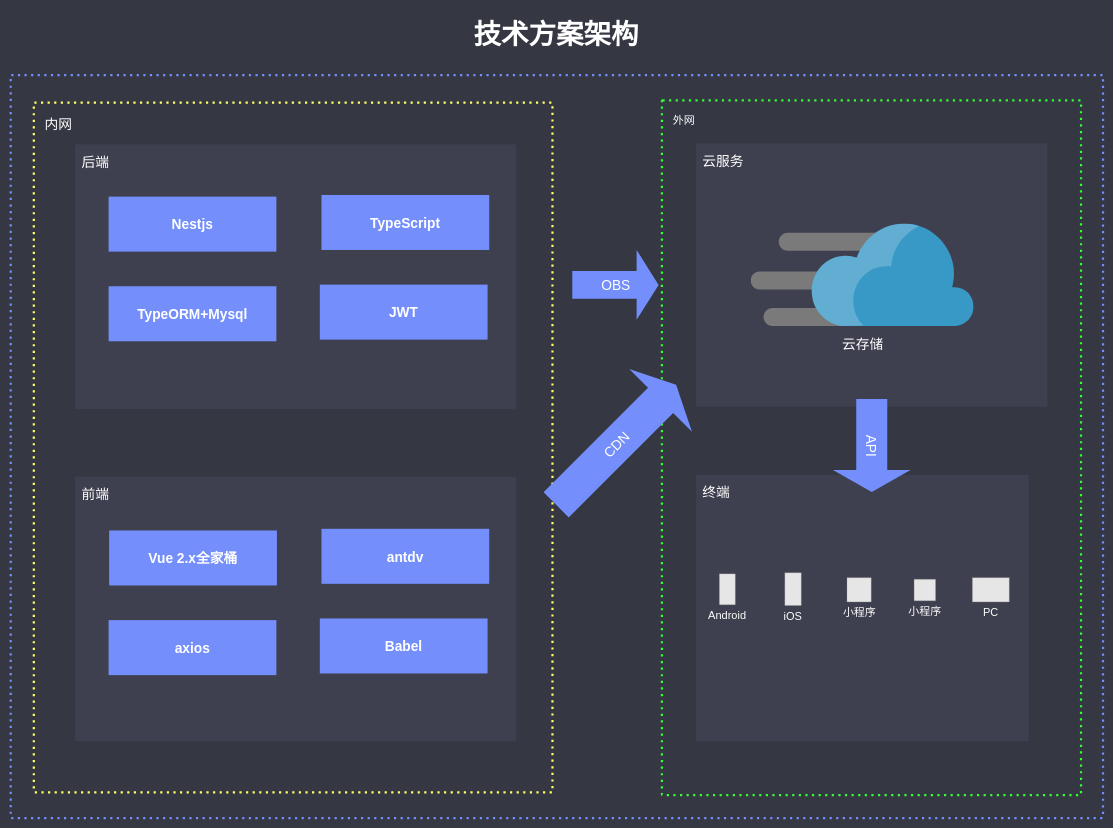
Before: page "技术方案" (6 of 6) of files/业务流转.drawio in hezhongfeng/DRAWIO, a draw.io diagram. Source tidied: cells renumbered, new cells numbered last; positions are measured from the earlier drawing's top-left corner, leaving out a move shared by most shapes. Both pictures are drawn from the tidied source at 55%, with x=0, y=0 at pixel (10, 9). Pictures stored in the file or linked from it are replaced by grey dashed boxes.
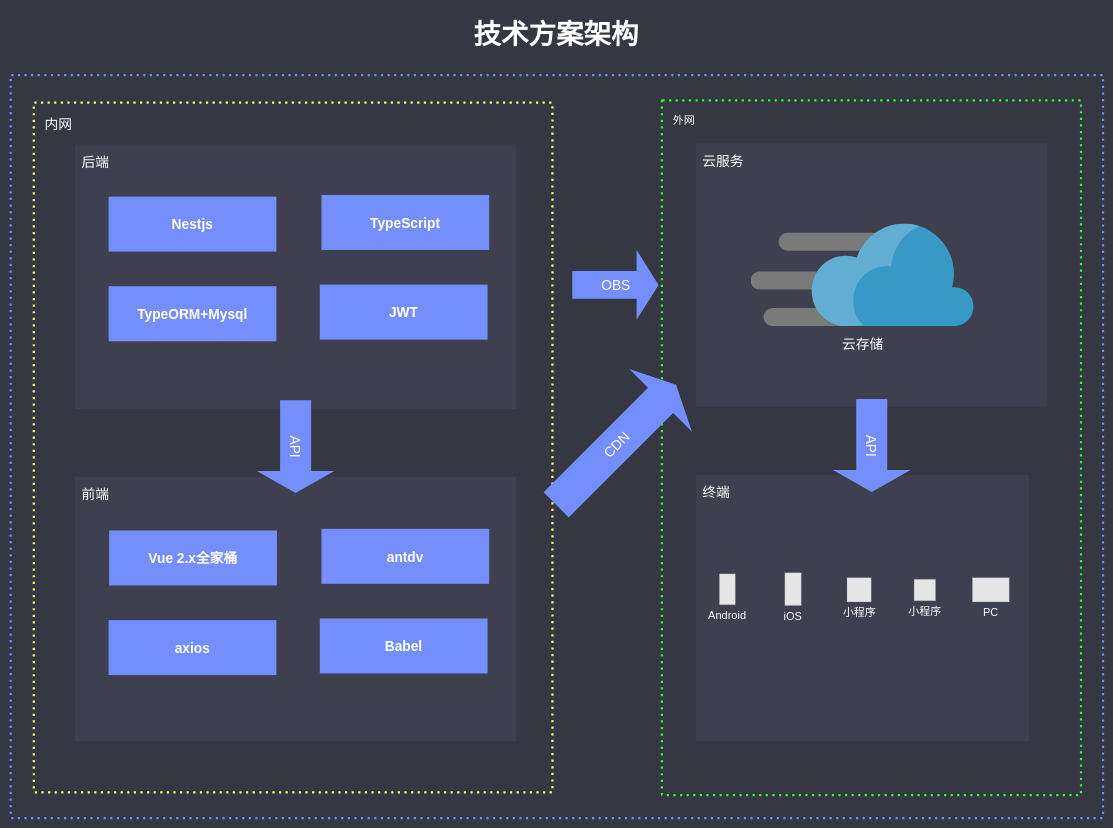
After the change.

Commit message:
更新业务流转.drawio

Diff of the diagram source:
```diff
@@
+    <mxCell id="27" value="API" style="html=1;shadow=0;dashed=0;align=center;verticalAlign=middle;shape=mxgraph.arrows2.arrow;dy=0.6;dx=40;notch=0;rounded=1;strokeWidth=4;fontSize=25;fontColor=#FFFFFF;strokeColor=none;fillColor=#748FFC;rotation=90;" parent="1" vertex="1">
+      <mxGeometry x="433.5" y="724" width="169" height="141" as="geometry" />
+    </mxCell>
```
